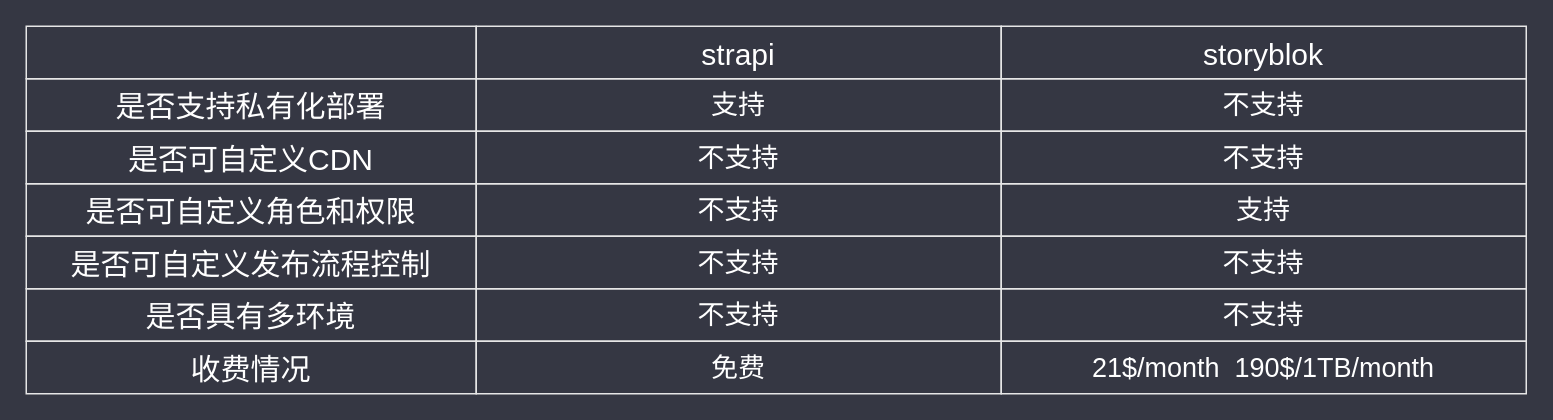
Earlier version of the draw.io diagram page "选型对比" (5 of 5) of files/业务流转.drawio (hezhongfeng/DRAWIO). Source tidied: cells renumbered, new cells numbered last; positions are measured from the earlier drawing's top-left corner, leaving out a move shared by most shapes. Both pictures are drawn from the tidied source at 150%, with x=0, y=0 at pixel (26, 26).
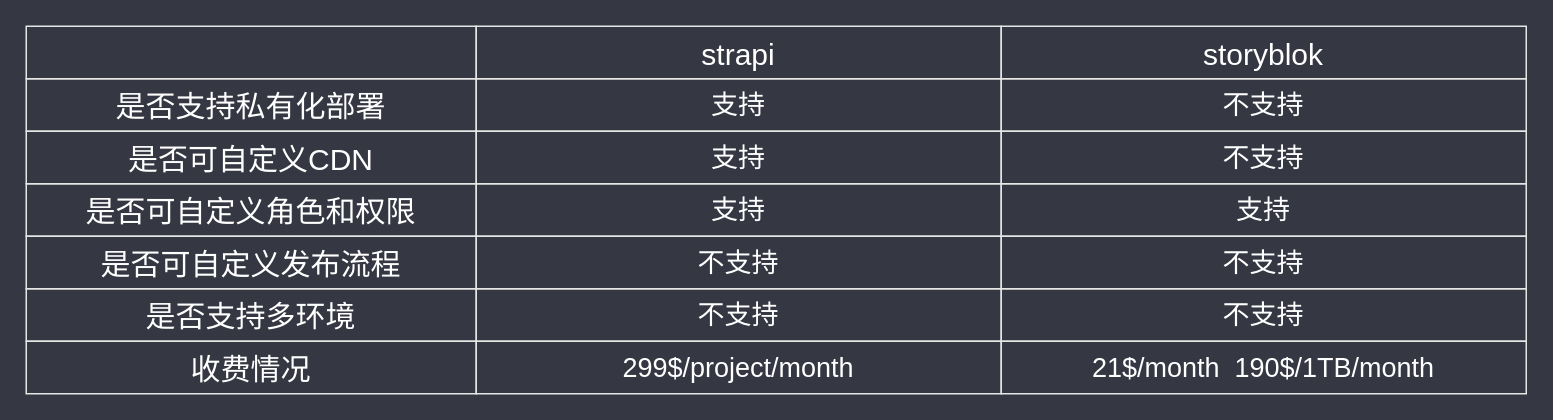
The same page after the edit.

Commit message:
更新业务流转.drawio

The edit, as a diff of the source:
```diff
@@
-    <mxCell id="10" value="是否可自定义发布流程控制" style="rounded=0;whiteSpace=wrap;html=1;strokeWidth=1;fontSize=20;align=center;fillColor=none;strokeColor=#E6E6E6;fontColor=#FFFFFF;fontStyle=0;" parent="1" vertex="1">
+    <mxCell id="10" value="是否可自定义发布流程" style="rounded=0;whiteSpace=wrap;html=1;strokeWidth=1;fontSize=20;align=center;fillColor=none;strokeColor=#E6E6E6;fontColor=#FFFFFF;fontStyle=0;" parent="1" vertex="1">
       <mxGeometry y="140" width="300" height="35" as="geometry" />
     </mxCell>
@@
-    <mxCell id="13" value="是否具有多环境" style="rounded=0;whiteSpace=wrap;html=1;strokeWidth=1;fontSize=20;align=center;fillColor=none;strokeColor=#E6E6E6;fontColor=#FFFFFF;fontStyle=0;" parent="1" vertex="1">
+    <mxCell id="13" value="是否支持多环境" style="rounded=0;whiteSpace=wrap;html=1;strokeWidth=1;fontSize=20;align=center;fillColor=none;strokeColor=#E6E6E6;fontColor=#FFFFFF;fontStyle=0;" parent="1" vertex="1">
       <mxGeometry y="175" width="300" height="35" as="geometry" />
     </mxCell>
-    <mxCell id="14" value="免费" style="rounded=0;whiteSpace=wrap;html=1;strokeWidth=1;fontSize=18;align=center;fillColor=none;strokeColor=#E6E6E6;fontColor=#FFFFFF;" parent="1" vertex="1">
+    <mxCell id="14" value="299$/project/month" style="rounded=0;whiteSpace=wrap;html=1;strokeWidth=1;fontSize=18;align=center;fillColor=none;strokeColor=#E6E6E6;fontColor=#FFFFFF;" parent="1" vertex="1">
       <mxGeometry x="300" y="210" width="350" height="35" as="geometry" />
     </mxCell>
@@
-    <mxCell id="17" value="不支持" style="rounded=0;whiteSpace=wrap;html=1;strokeWidth=1;fontSize=18;align=center;fillColor=none;strokeColor=#E6E6E6;fontColor=#FFFFFF;" parent="1" vertex="1">
+    <mxCell id="17" value="支持" style="rounded=0;whiteSpace=wrap;html=1;strokeWidth=1;fontSize=18;align=center;fillColor=none;strokeColor=#E6E6E6;fontColor=#FFFFFF;" parent="1" vertex="1">
       <mxGeometry x="300" y="105" width="350" height="35" as="geometry" />
     </mxCell>
@@
-    <mxCell id="20" value="不支持" style="rounded=0;whiteSpace=wrap;html=1;strokeWidth=1;fontSize=18;align=center;fillColor=none;strokeColor=#E6E6E6;fontColor=#FFFFFF;" parent="1" vertex="1">
+    <mxCell id="20" value="支持" style="rounded=0;whiteSpace=wrap;html=1;strokeWidth=1;fontSize=18;align=center;fillColor=none;strokeColor=#E6E6E6;fontColor=#FFFFFF;" parent="1" vertex="1">
       <mxGeometry x="300" y="70" width="350" height="35" as="geometry" />
     </mxCell>
```
